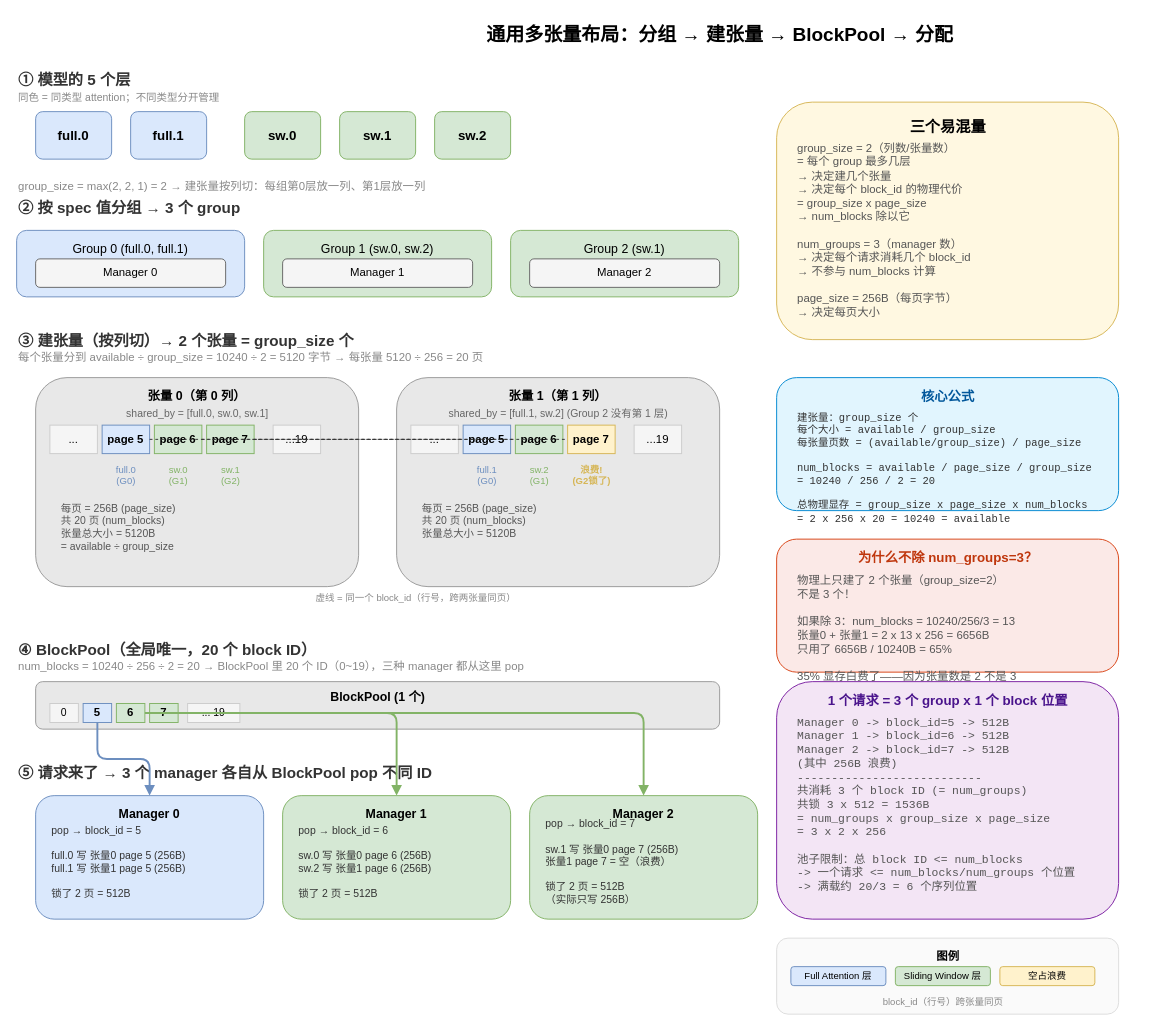
Before: vllm/v1/core/kvcache_draw/kv_cache_layout.drawio in GoCHug/vllm, a draw.io diagram. Source tidied: cells renumbered, new cells numbered last; positions are measured from the earlier drawing's top-left corner, leaving out a move shared by most shapes. Both pictures are drawn from the tidied source at 95%, with x=0, y=0 at pixel (16, 16).
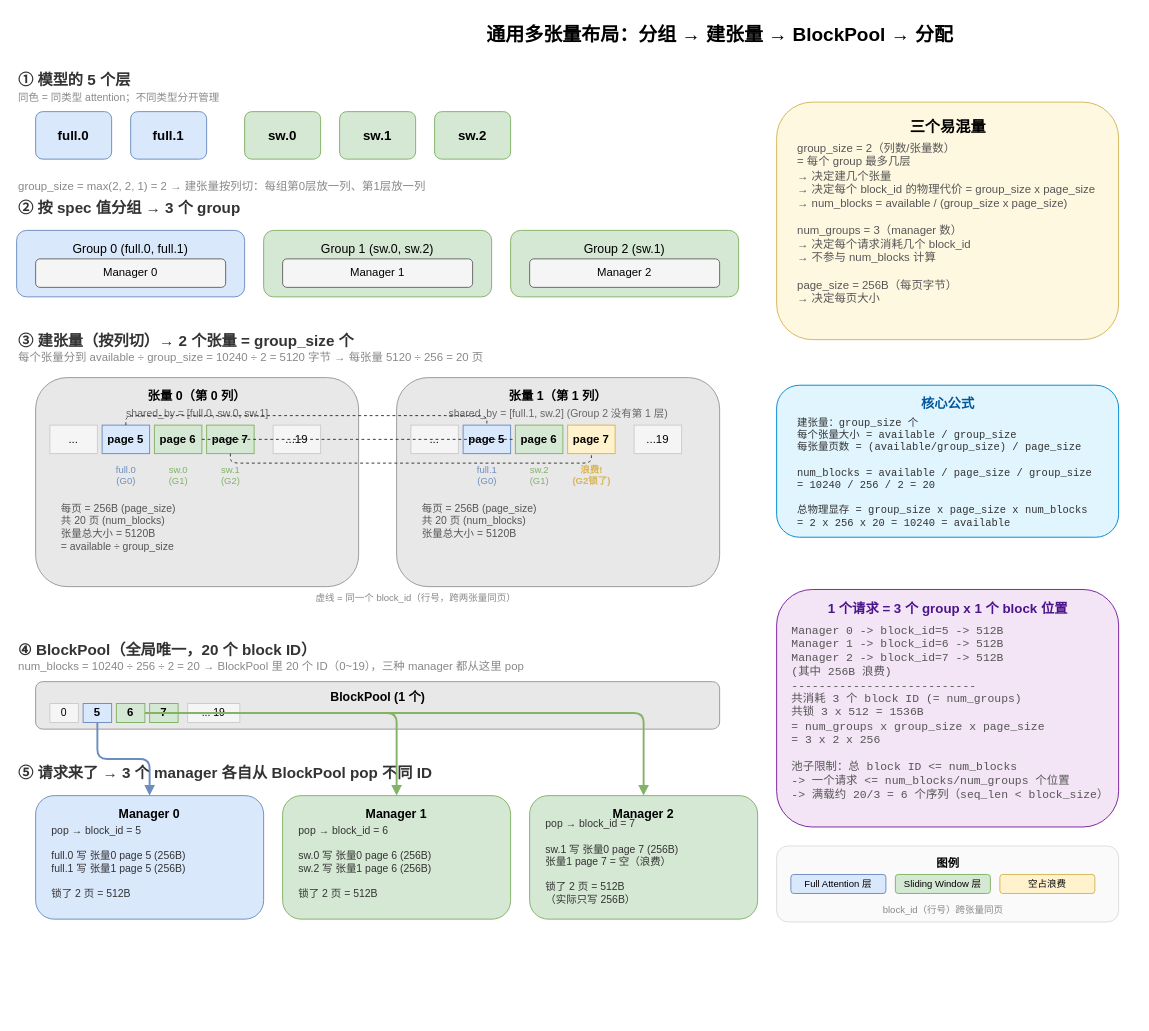
Above is the later version.

Unchanged cells that the change refers to:
```xml
<mxCell id="23" value="page 5" style="rounded=0;whiteSpace=wrap;html=1;fillColor=#dae8fc;strokeColor=#6c8ebf;fontSize=12;fontStyle=1;" parent="1" vertex="1">
  <mxGeometry x="90" y="430" width="50" height="30" as="geometry" />
</mxCell>
<mxCell id="24" value="page 6" style="rounded=0;whiteSpace=wrap;html=1;fillColor=#d5e8d4;strokeColor=#82b366;fontSize=12;fontStyle=1;" parent="1" vertex="1">
  <mxGeometry x="145" y="430" width="50" height="30" as="geometry" />
</mxCell>
<mxCell id="25" value="page 7" style="rounded=0;whiteSpace=wrap;html=1;fillColor=#d5e8d4;strokeColor=#82b366;fontSize=12;fontStyle=1;" parent="1" vertex="1">
  <mxGeometry x="200" y="430" width="50" height="30" as="geometry" />
</mxCell>
<mxCell id="34" value="page 5" style="rounded=0;whiteSpace=wrap;html=1;fillColor=#dae8fc;strokeColor=#6c8ebf;fontSize=12;fontStyle=1;" parent="1" vertex="1">
  <mxGeometry x="470" y="430" width="50" height="30" as="geometry" />
</mxCell>
<mxCell id="35" value="page 6" style="rounded=0;whiteSpace=wrap;html=1;fillColor=#d5e8d4;strokeColor=#82b366;fontSize=12;fontStyle=1;" parent="1" vertex="1">
  <mxGeometry x="525" y="430" width="50" height="30" as="geometry" />
</mxCell>
<mxCell id="36" value="page 7" style="rounded=0;whiteSpace=wrap;html=1;fillColor=#fff2cc;strokeColor=#d6b656;fontSize=12;fontStyle=1;" parent="1" vertex="1">
  <mxGeometry x="580" y="430" width="50" height="30" as="geometry" />
</mxCell>
```

Diff of the diagram source:
```diff
@@
     <mxCell id="42" style="edgeStyle=orthogonalEdgeStyle;strokeColor=#333333;strokeWidth=1;dashed=1;endArrow=none;" parent="1" edge="1" source="23" target="34">
-      <mxGeometry relative="1" as="geometry" />
+      <mxGeometry relative="1" as="geometry">
+        <Array as="points">
+          <mxPoint x="115" y="420" />
+          <mxPoint x="495" y="420" />
+        </Array>
+      </mxGeometry>
     </mxCell>
     <mxCell id="43" style="edgeStyle=orthogonalEdgeStyle;strokeColor=#333333;strokeWidth=1;dashed=1;endArrow=none;" parent="1" edge="1" source="24" target="35">
-      <mxGeometry relative="1" as="geometry" />
+      <mxGeometry relative="1" as="geometry">
+        <Array as="points">
+          <mxPoint x="360" y="445" />
+          <mxPoint x="360" y="445" />
+        </Array>
+      </mxGeometry>
     </mxCell>
     <mxCell id="44" style="edgeStyle=orthogonalEdgeStyle;strokeColor=#333333;strokeWidth=1;dashed=1;endArrow=none;" parent="1" edge="1" source="25" target="36">
-      <mxGeometry relative="1" as="geometry" />
+      <mxGeometry relative="1" as="geometry">
+        <Array as="points">
+          <mxPoint x="225" y="470" />
+          <mxPoint x="605" y="470" />
+        </Array>
+      </mxGeometry>
     </mxCell>
@@
-    <mxCell id="67" value="group_size = 2（列数/张量数）&#10;= 每个 group 最多几层&#10;→ 决定建几个张量&#10;→ 决定每个 block_id 的物理代价&#10;   = group_size x page_size&#10;→ num_blocks 除以它&#10;&#10;num_groups = 3（manager 数）&#10;→ 决定每个请求消耗几个 block_id&#10;→ 不参与 num_blocks 计算&#10;&#10;page_size = 256B（每页字节）&#10;→ 决定每页大小" style="text;html=1;fontSize=12;fontColor=#555555;align=left;spacingLeft=10;" parent="1" vertex="1">
+    <mxCell id="67" value="group_size = 2（列数/张量数）&lt;br&gt;= 每个 group 最多几层&lt;br&gt;→ 决定建几个张量&lt;br&gt;→ 决定每个 block_id 的物理代价 = group_size x page_size&lt;br&gt;→ num_blocks = available / (group_size x page_size)&lt;br&gt;&lt;br&gt;num_groups = 3（manager 数）&lt;br&gt;→ 决定每个请求消耗几个 block_id&lt;br&gt;→ 不参与 num_blocks 计算&lt;br&gt;&lt;br&gt;page_size = 256B（每页字节）&lt;br&gt;→ 决定每页大小" style="text;html=1;fontSize=12;fontColor=#555555;align=left;spacingLeft=10;" parent="1" vertex="1">
       <mxGeometry x="810" y="125" width="340" height="210" as="geometry" />
     </mxCell>
     <mxCell id="68" style="rounded=1;whiteSpace=wrap;html=1;fillColor=#e1f5fe;strokeColor=#0288d1;" parent="1" vertex="1">
-      <mxGeometry x="800" y="380" width="360" height="140" as="geometry" />
+      <mxGeometry x="800" y="388" width="360" height="160" as="geometry" />
     </mxCell>
     <mxCell id="69" value="核心公式" style="text;html=1;fontSize=14;fontStyle=1;align=center;fontColor=#01579b;" parent="1" vertex="1">
-      <mxGeometry x="800" y="385" width="360" height="25" as="geometry" />
+      <mxGeometry x="800" y="393" width="360" height="25" as="geometry" />
     </mxCell>
-    <mxCell id="70" value="建张量：group_size 个&#10;每个大小 = available / group_size&#10;每张量页数 = (available/group_size) / page_size&#10;&#10;num_blocks = available / page_size / group_size&#10;         = 10240 / 256 / 2 = 20&#10;&#10;总物理显存 = group_size x page_size x num_blocks&#10;            = 2 x 256 x 20 = 10240 = available" style="text;html=1;fontSize=11;fontColor=#333333;align=left;spacingLeft=10;fontFamily=Courier New;" parent="1" vertex="1">
-      <mxGeometry x="810" y="410" width="340" height="105" as="geometry" />
+    <mxCell id="70" value="建张量：group_size 个&lt;br&gt;每个张量大小 = available / group_size&lt;br&gt;每张量页数 = (available/group_size) / page_size&lt;br&gt;&lt;br&gt;num_blocks = available / page_size / group_size&lt;br&gt;         = 10240 / 256 / 2 = 20&lt;br&gt;&lt;br&gt;总物理显存 = group_size x page_size x num_blocks&lt;br&gt;            = 2 x 256 x 20 = 10240 = available" style="text;html=1;fontSize=11;fontColor=#333333;align=left;spacingLeft=10;fontFamily=Courier New;" parent="1" vertex="1">
+      <mxGeometry x="810" y="415" width="340" height="130" as="geometry" />
     </mxCell>
-    <mxCell id="71" style="rounded=1;whiteSpace=wrap;html=1;fillColor=#fbe9e7;strokeColor=#d84315;" parent="1" vertex="1">
-      <mxGeometry x="800" y="550" width="360" height="140" as="geometry" />
-    </mxCell>
-    <mxCell id="72" value="为什么不除 num_groups=3？" style="text;html=1;fontSize=14;fontStyle=1;align=center;fontColor=#bf360c;" parent="1" vertex="1">
-      <mxGeometry x="800" y="555" width="360" height="25" as="geometry" />
-    </mxCell>
-    <mxCell id="73" value="物理上只建了 2 个张量（group_size=2）&#10;不是 3 个！&#10;&#10;如果除 3：num_blocks = 10240/256/3 = 13&#10;张量0 + 张量1 = 2 x 13 x 256 = 6656B&#10;只用了 6656B / 10240B = 65%&#10;&#10;35% 显存白费了——因为张量数是 2 不是 3" style="text;html=1;fontSize=12;fontColor=#555555;align=left;spacingLeft=10;" parent="1" vertex="1">
-      <mxGeometry x="810" y="580" width="340" height="105" as="geometry" />
-    </mxCell>
     <mxCell id="74" style="rounded=1;whiteSpace=wrap;html=1;fillColor=#f3e5f5;strokeColor=#7b1fa2;" parent="1" vertex="1">
-      <mxGeometry x="800" y="700" width="360" height="250" as="geometry" />
+      <mxGeometry x="800" y="603" width="360" height="250" as="geometry" />
     </mxCell>
     <mxCell id="75" value="1 个请求 = 3 个 group x 1 个 block 位置" style="text;html=1;fontSize=14;fontStyle=1;align=center;fontColor=#4a148c;" parent="1" vertex="1">
-      <mxGeometry x="800" y="705" width="360" height="25" as="geometry" />
+      <mxGeometry x="800" y="608" width="360" height="25" as="geometry" />
     </mxCell>
-    <mxCell id="76" value="Manager 0 -&gt; block_id=5 -&gt; 512B&#10;Manager 1 -&gt; block_id=6 -&gt; 512B&#10;Manager 2 -&gt; block_id=7 -&gt; 512B&#10;  (其中 256B 浪费)&#10;---------------------------&#10;共消耗 3 个 block ID (= num_groups)&#10;共锁 3 x 512 = 1536B&#10;  = num_groups x group_size x page_size&#10;  = 3 x 2 x 256&#10;&#10;池子限制：总 block ID &lt;= num_blocks&#10;-&gt; 一个请求 &lt;= num_blocks/num_groups 个位置&#10;-&gt; 满载约 20/3 = 6 个序列位置" style="text;html=1;fontSize=12;fontColor=#555555;align=left;spacingLeft=10;fontFamily=Courier New;" parent="1" vertex="1">
-      <mxGeometry x="810" y="730" width="340" height="215" as="geometry" />
+    <mxCell id="76" value="Manager 0 -&amp;gt; block_id=5 -&amp;gt; 512B&lt;br&gt;Manager 1 -&amp;gt; block_id=6 -&amp;gt; 512B&lt;br&gt;Manager 2 -&amp;gt; block_id=7 -&amp;gt; 512B&lt;br&gt;  (其中 256B 浪费)&lt;br&gt;---------------------------&lt;br&gt;共消耗 3 个 block ID (= num_groups)&lt;br&gt;共锁 3 x 512 = 1536B&lt;br&gt;  = num_groups x group_size x page_size&lt;br&gt;  = 3 x 2 x 256&lt;br&gt;&lt;br&gt;池子限制：总 block ID &amp;lt;= num_blocks&lt;br&gt;-&amp;gt; 一个请求 &amp;lt;= num_blocks/num_groups 个位置&lt;br&gt;-&amp;gt; 满载约 20/3 = 6 个序列（seq_len &amp;lt; block_size）" style="text;html=1;fontSize=12;fontColor=#555555;align=left;spacingLeft=10;fontFamily=Courier New;" parent="1" vertex="1">
+      <mxGeometry x="804" y="633" width="370" height="215" as="geometry" />
     </mxCell>
     <mxCell id="77" style="rounded=1;whiteSpace=wrap;html=1;fillColor=#fafafa;strokeColor=#dddddd;" parent="1" vertex="1">
-      <mxGeometry x="800" y="970" width="360" height="80" as="geometry" />
+      <mxGeometry x="800" y="873" width="360" height="80" as="geometry" />
     </mxCell>
     <mxCell id="78" value="图例" style="text;html=1;fontSize=12;fontStyle=1;align=center;" parent="1" vertex="1">
-      <mxGeometry x="800" y="975" width="360" height="20" as="geometry" />
+      <mxGeometry x="800" y="878" width="360" height="20" as="geometry" />
     </mxCell>
     <mxCell id="79" value="Full Attention 层" style="rounded=1;whiteSpace=wrap;html=1;fillColor=#dae8fc;strokeColor=#6c8ebf;fontSize=10;" parent="1" vertex="1">
-      <mxGeometry x="815" y="1000" width="100" height="20" as="geometry" />
+      <mxGeometry x="815" y="903" width="100" height="20" as="geometry" />
     </mxCell>
     <mxCell id="80" value="Sliding Window 层" style="rounded=1;whiteSpace=wrap;html=1;fillColor=#d5e8d4;strokeColor=#82b366;fontSize=10;" parent="1" vertex="1">
-      <mxGeometry x="925" y="1000" width="100" height="20" as="geometry" />
+      <mxGeometry x="925" y="903" width="100" height="20" as="geometry" />
     </mxCell>
     <mxCell id="81" value="空占浪费" style="rounded=1;whiteSpace=wrap;html=1;fillColor=#fff2cc;strokeColor=#d6b656;fontSize=10;" parent="1" vertex="1">
-      <mxGeometry x="1035" y="1000" width="100" height="20" as="geometry" />
+      <mxGeometry x="1035" y="903" width="100" height="20" as="geometry" />
     </mxCell>
     <mxCell id="82" value="block_id（行号）跨张量同页" style="text;html=1;fontSize=10;fontColor=#888888;align=center;" parent="1" vertex="1">
-      <mxGeometry x="815" y="1025" width="320" height="20" as="geometry" />
+      <mxGeometry x="815" y="928" width="320" height="20" as="geometry" />
     </mxCell>
```
